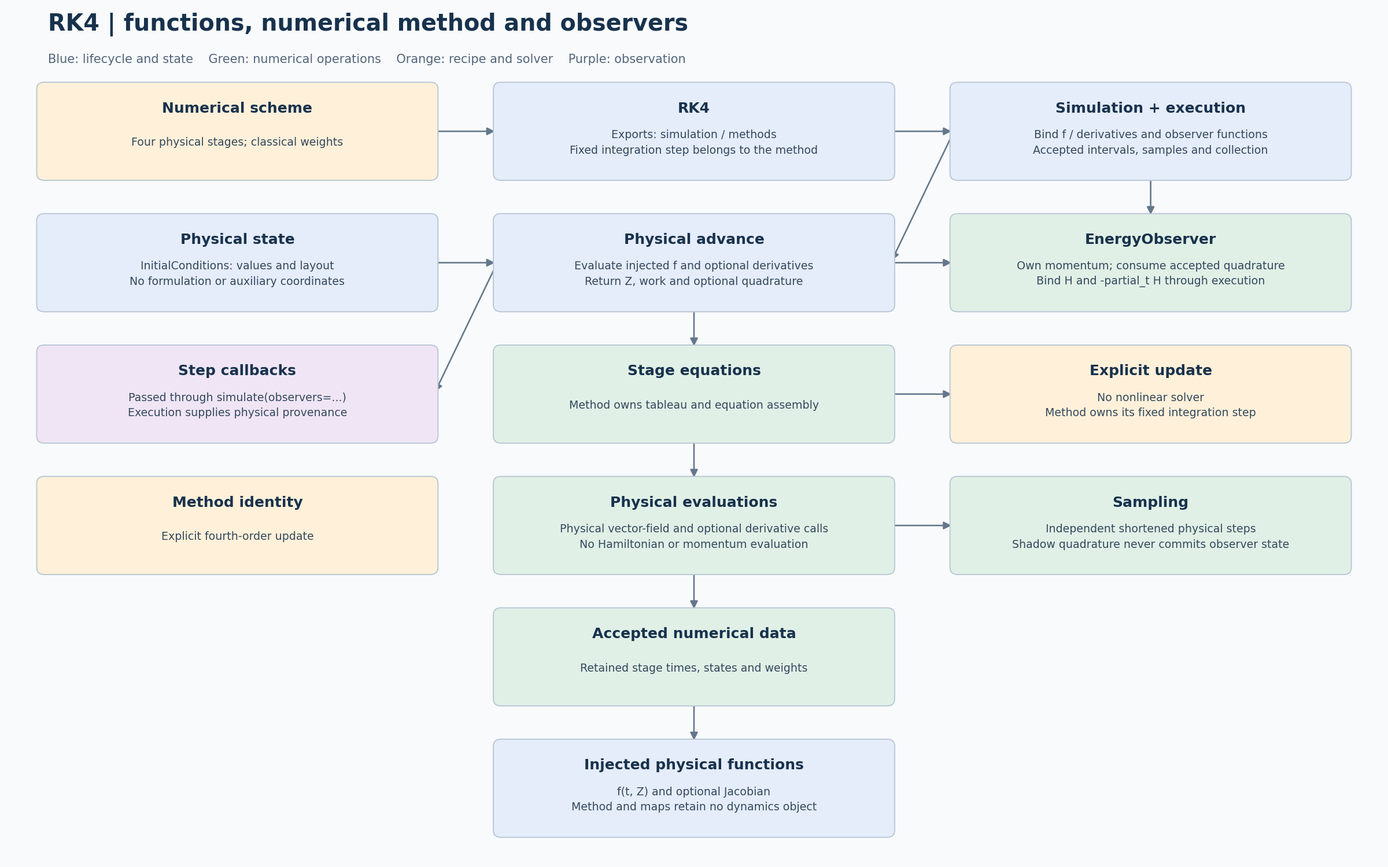
Above: docs/models/rk4/simulation/rk4-simulation-architecture.png in Jugibe-52/GC2D_intranet (PlantUML), before the change. Its source is kept beside it as docs/models/rk4/simulation/rk4-simulation-architecture.puml.
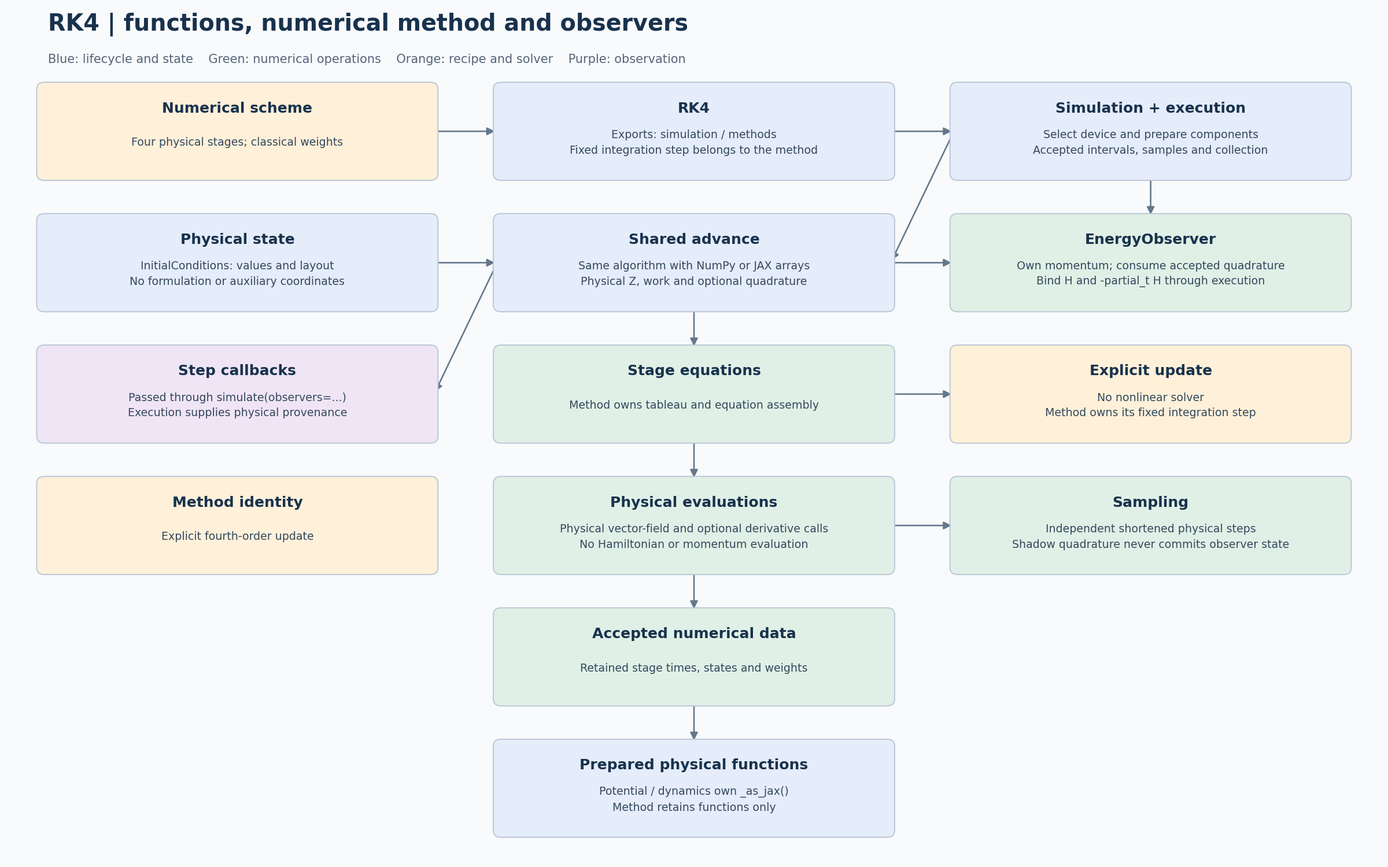
The same file after the commit.

The edit, as a diff of the source:
```diff
@@ -4,9 +4,9 @@
   node [shape=box, style="rounded,filled", fontname="DejaVu Sans"];
   recipe [label="Numerical scheme\nFour physical stages; classical weights", fillcolor="#fff0d9"];
   method [label="RK4\nExports: simulation / methods\nFixed integration step belongs to the method", fillcolor="#e5ecfa"];
-  driver [label="Simulation + execution\nBind f / derivatives and observer functions\nAccepted intervals, samples and collection", fillcolor="#e5ecfa"];
+  driver [label="Simulation + execution\nSelect device and prepare components\nAccepted intervals, samples and collection", fillcolor="#e5ecfa"];
   state [label="Physical state\nInitialConditions: values and layout\nNo formulation or auxiliary coordinates", fillcolor="#e5ecfa"];
-  advance [label="Physical advance\nEvaluate injected f and optional derivatives\nReturn Z, work and optional quadrature", fillcolor="#e5ecfa"];
+  advance [label="Shared advance\nSame algorithm with NumPy or JAX arrays\nPhysical Z, work and optional quadrature", fillcolor="#e5ecfa"];
   energy [label="EnergyObserver\nOwn momentum; consume accepted quadrature\nBind H and -partial_t H through execution", fillcolor="#e1f0e6"];
   observe [label="Step callbacks\nPassed through simulate(observers=...)\nExecution supplies physical provenance", fillcolor="#f0e5f5"];
   projection [label="Stage equations\nMethod owns tableau and equation assembly", fillcolor="#e1f0e6"];
@@ -15,7 +15,7 @@
   compose [label="Physical evaluations\nPhysical vector-field and optional derivative calls\nNo Hamiltonian or momentum evaluation", fillcolor="#e1f0e6"];
   tangent [label="Sampling\nIndependent shortened physical steps\nShadow quadrature never commits observer state", fillcolor="#e1f0e6"];
   maps [label="Accepted numerical data\nRetained stage times, states and weights", fillcolor="#e1f0e6"];
-  dynamics [label="Injected physical functions\nf(t, Z) and optional Jacobian\nMethod and maps retain no dynamics object", fillcolor="#e5ecfa"];
+  dynamics [label="Prepared physical functions\nPotential / dynamics own _as_jax()\nMethod retains functions only", fillcolor="#e5ecfa"];
   recipe -> method;
   method -> driver;
   driver -> advance;
```
